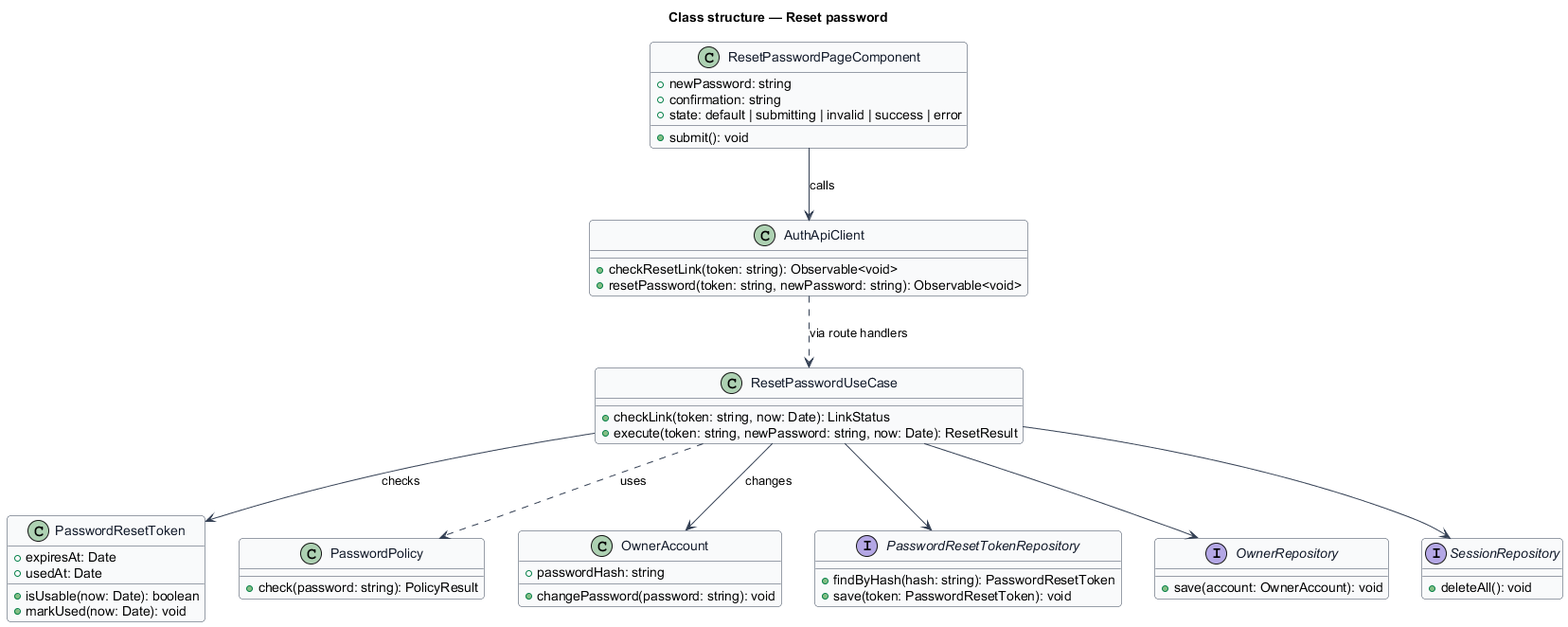
QuinntyneBrown/cullr keeps this PlantUML diagram as docs/detailed-designs/access/reset-password/diagrams/class-structure.png. Above is the earlier version.
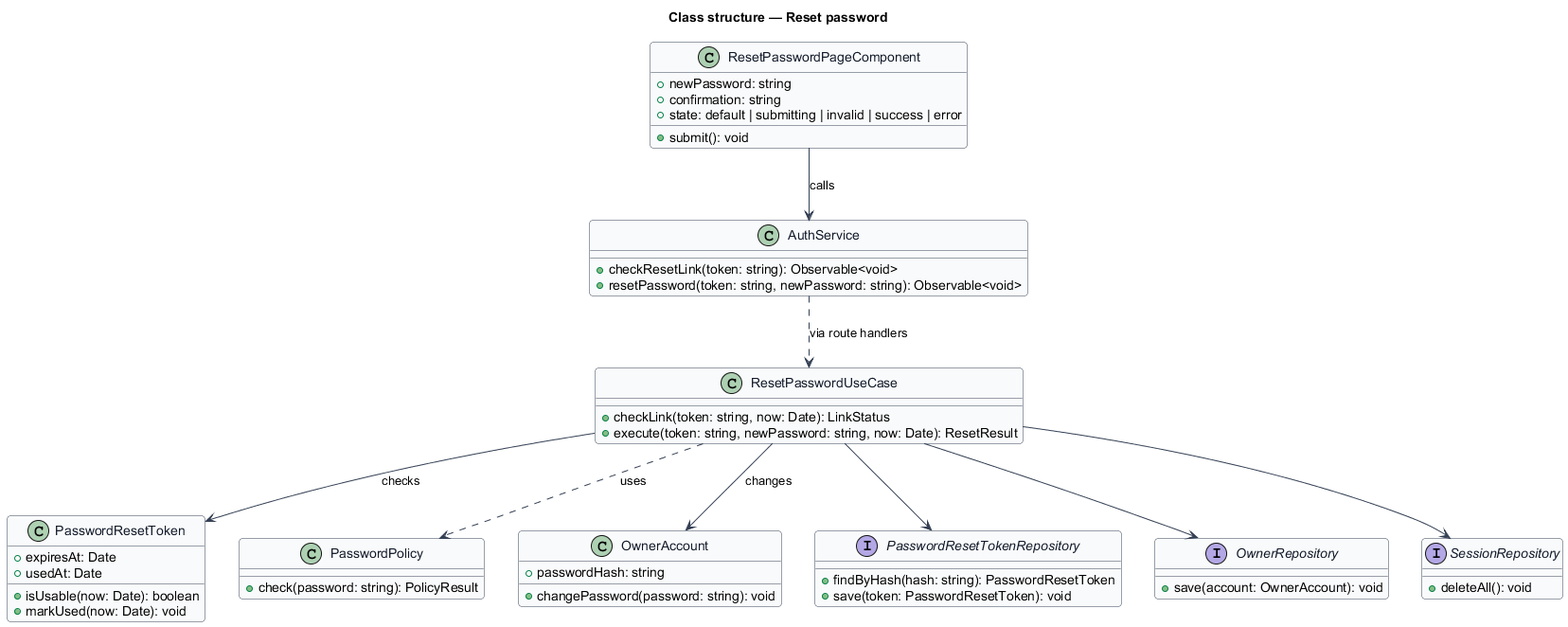
The same file after the commit.

What changed in the source:
```diff
@@ -17,7 +17,7 @@
   +state: default | submitting | invalid | success | error
   +submit(): void
 }
-class AuthApiClient {
+class AuthService {
   +checkResetLink(token: string): Observable<void>
   +resetPassword(token: string, newPassword: string): Observable<void>
 }
@@ -49,8 +49,8 @@
   +deleteAll(): void
 }
 
-ResetPasswordPageComponent --> AuthApiClient : calls
-AuthApiClient ..> ResetPasswordUseCase : via route handlers
+ResetPasswordPageComponent --> AuthService : calls
+AuthService ..> ResetPasswordUseCase : via route handlers
 ResetPasswordUseCase --> PasswordResetToken : checks
 ResetPasswordUseCase ..> PasswordPolicy : uses
 ResetPasswordUseCase --> OwnerAccount : changes
```
